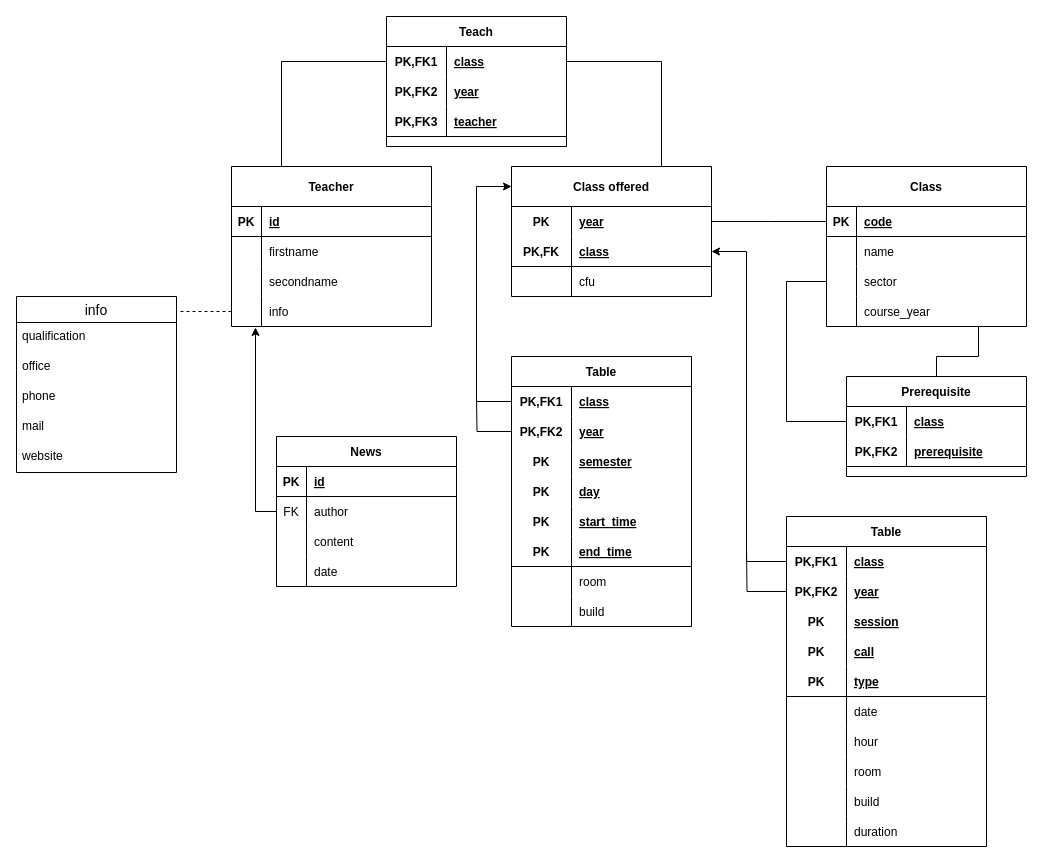
This is database/db_schema.drawio.xml from Alessandrostr95/informatica_torvergata, a draw.io file, before an edit. Source tidied: cells renumbered, new cells numbered last; positions are measured from the earlier drawing's top-left corner, leaving out a move shared by most shapes. Both pictures are drawn from the tidied source at 100%, with x=0, y=0 at pixel (16, 16).
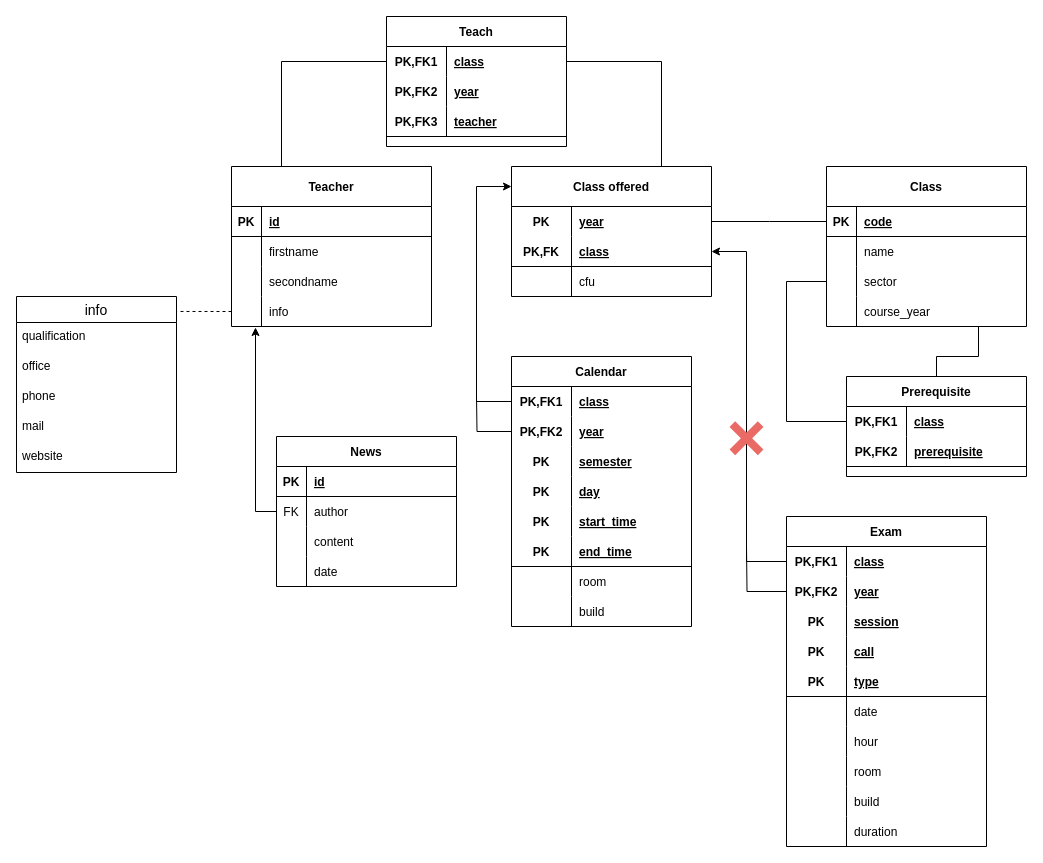
The same page after the edit.

Change to the diagram source:
```diff
@@
-    <mxCell id="81" value="Table" style="shape=table;startSize=30;childLayout=tableLayout;rowLines=0;fontStyle=1;align=center;" parent="1" vertex="1">
+    <mxCell id="81" value="Calendar" style="shape=table;startSize=30;childLayout=tableLayout;rowLines=0;fontStyle=1;align=center;" parent="1" vertex="1">
       <mxGeometry x="495" y="340" width="180" height="270" as="geometry" />
     </mxCell>
@@
-    <mxCell id="108" value="Table" style="shape=table;startSize=30;childLayout=tableLayout;rowLines=0;fontStyle=1;align=center;" parent="1" vertex="1">
+    <mxCell id="108" value="Exam" style="shape=table;startSize=30;childLayout=tableLayout;rowLines=0;fontStyle=1;align=center;" parent="1" vertex="1">
       <mxGeometry x="770" y="500" width="200" height="330" as="geometry" />
     </mxCell>
@@
+    <mxCell id="141" style="shape=cross;whiteSpace=wrap;html=1;rotation=45;fillColor=#EA6B66;strokeColor=none;" parent="1" vertex="1">
+      <mxGeometry x="710" y="401.7" width="40" height="40" as="geometry" />
+    </mxCell>
```
